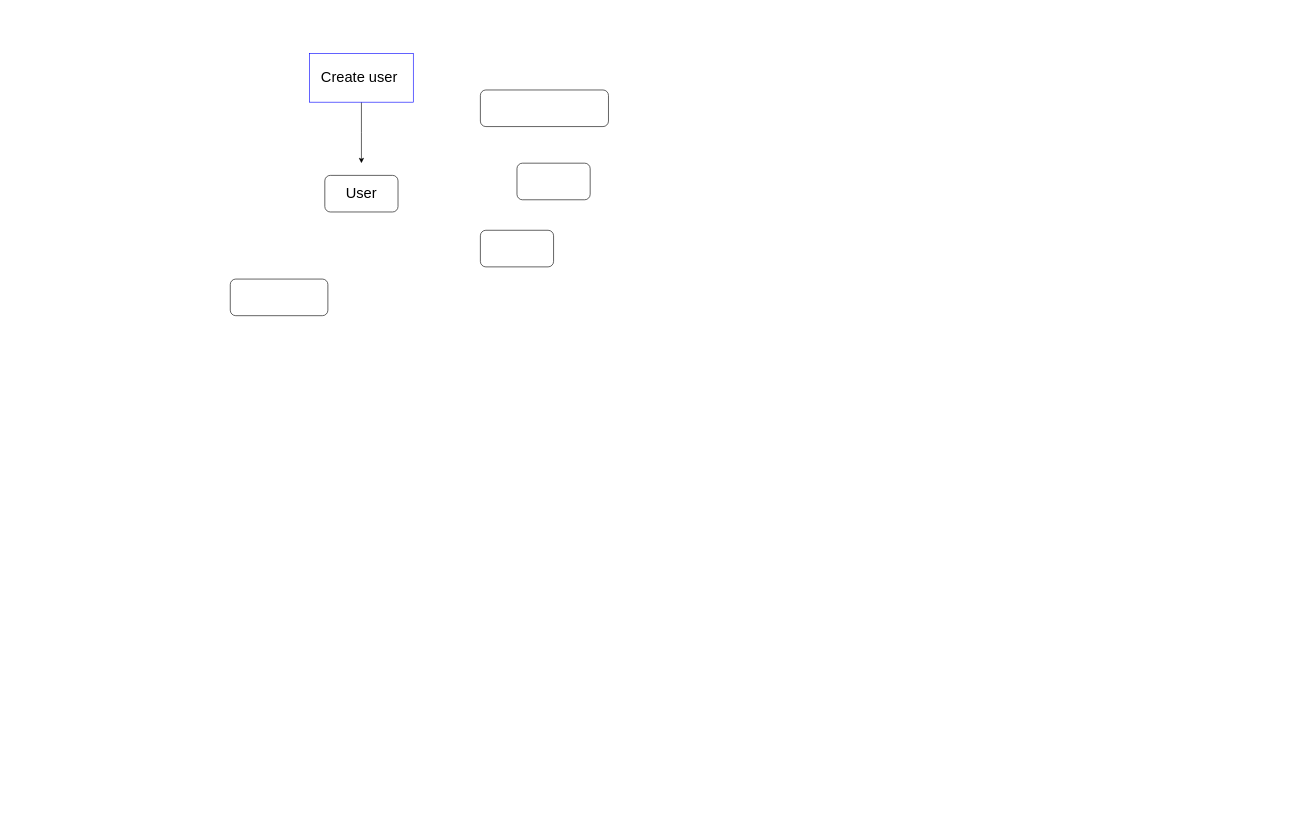
Above: Untitled Diagram.drawio in tech-in-tech/VotingAppBackend_NodeJS (draw.io), before the change. Source tidied: cells renumbered, new cells numbered last; positions are measured from the earlier drawing's top-left corner, leaving out a move shared by most shapes. Both pictures are drawn from the tidied source at 61%, with x=0, y=0 at pixel (230, 53).
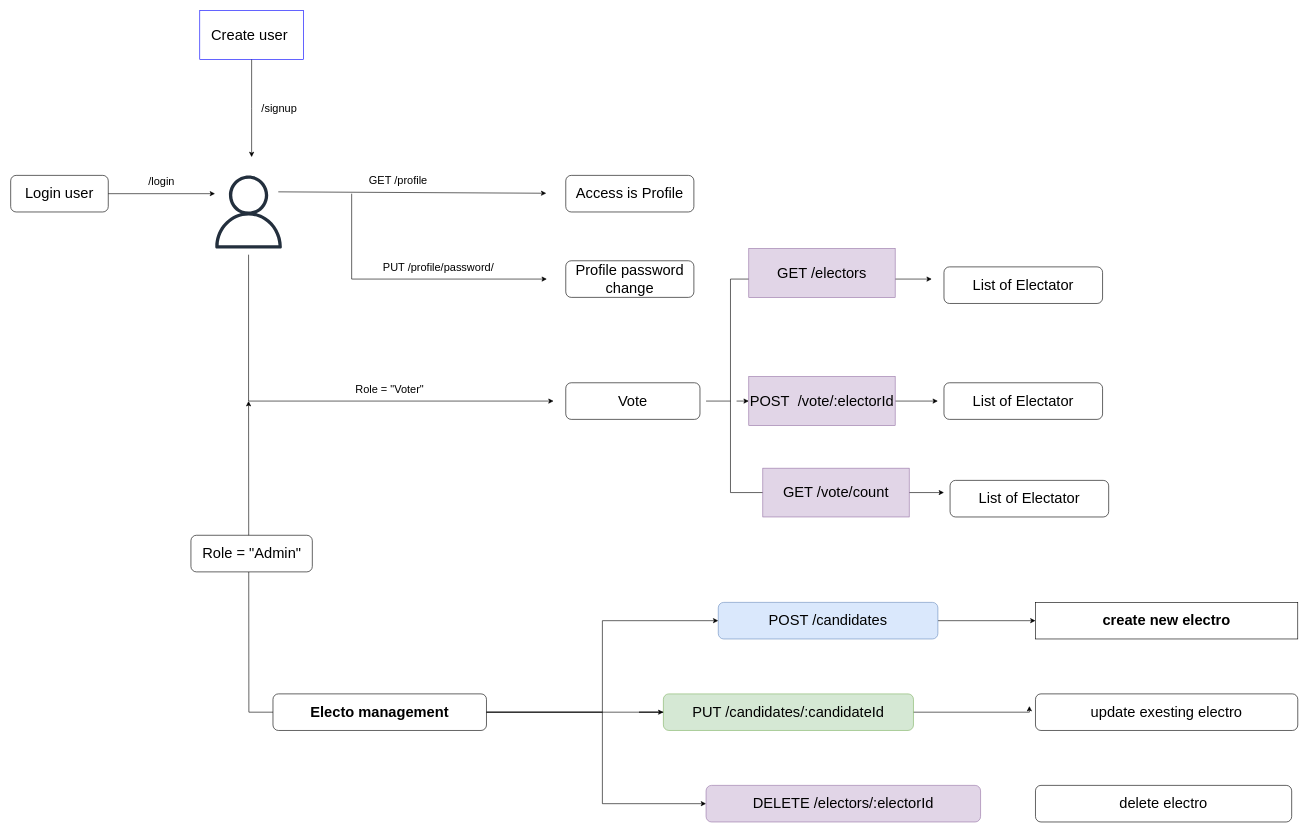
The same diagram, later.

What changed in the source:
```diff
@@
-<mxGraphModel>
+<mxGraphModel background="#ffffff">
@@
-    <mxCell id="2" style="edgeStyle=orthogonalEdgeStyle;rounded=0;jettySize=auto;html=1;" parent="1" edge="1" source="3">
-      <mxGeometry relative="1" as="geometry">
-        <mxPoint x="215" y="180" as="targetPoint" />
-      </mxGeometry>
-    </mxCell>
     <mxCell id="3" value="&lt;font style=&quot;font-size: 24px;&quot;&gt;Create user&amp;nbsp;&lt;/font&gt;" style="rounded=0;whiteSpace=wrap;html=1;strokeColor=#0000FF;" parent="1" vertex="1">
-      <mxGeometry x="130" width="170" height="80" as="geometry" />
+      <mxGeometry x="-50" y="-70" width="170" height="80" as="geometry" />
     </mxCell>
-    <mxCell id="4" value="&lt;font style=&quot;font-size: 24px;&quot;&gt;User&lt;/font&gt;" style="rounded=1;whiteSpace=wrap;html=1;" parent="1" vertex="1">
-      <mxGeometry x="155" y="200" width="120" height="60" as="geometry" />
-    </mxCell>
-    <mxCell id="5" style="rounded=1;whiteSpace=wrap;html=1;" parent="1" vertex="1">
-      <mxGeometry y="370" width="160" height="60" as="geometry" />
+    <mxCell id="5" value="&lt;font style=&quot;font-size: 24px;&quot;&gt;Login user&lt;/font&gt;" style="rounded=1;whiteSpace=wrap;html=1;" parent="1" vertex="1">
+      <mxGeometry x="-360" y="200" width="160" height="60" as="geometry" />
     </mxCell>
-    <mxCell id="6" style="rounded=1;whiteSpace=wrap;html=1;" parent="1" vertex="1">
-      <mxGeometry x="470" y="180" width="120" height="60" as="geometry" />
+    <mxCell id="6" value="&lt;font style=&quot;font-size: 24px;&quot;&gt;Access is Profile&lt;/font&gt;" style="rounded=1;whiteSpace=wrap;html=1;" parent="1" vertex="1">
+      <mxGeometry x="550" y="200" width="210" height="60" as="geometry" />
     </mxCell>
-    <mxCell id="7" style="rounded=1;whiteSpace=wrap;html=1;" parent="1" vertex="1">
-      <mxGeometry x="410" y="290" width="120" height="60" as="geometry" />
+    <mxCell id="7" value="&lt;span style=&quot;font-size: 24px;&quot;&gt;Profile password change&lt;/span&gt;" style="rounded=1;whiteSpace=wrap;html=1;" parent="1" vertex="1">
+      <mxGeometry x="550" y="340" width="210" height="60" as="geometry" />
     </mxCell>
-    <mxCell id="8" style="rounded=1;whiteSpace=wrap;html=1;" parent="1" vertex="1">
-      <mxGeometry x="410" y="60" width="210" height="60" as="geometry" />
-    </mxCell>
+    <mxCell id="9" style="endArrow=classic;html=1;rounded=0;exitX=0.965;exitY=0.225;exitDx=0;exitDy=0;exitPerimeter=0;" parent="1" edge="1">
+      <mxGeometry relative="1" as="geometry">
+        <mxPoint x="78.7" y="227" as="sourcePoint" />
+        <mxPoint x="518" y="229.3" as="targetPoint" />
+      </mxGeometry>
+    </mxCell>
+    <mxCell id="10" value="&lt;font style=&quot;font-size: 18px;&quot;&gt;GET /profile&lt;/font&gt;" style="edgeLabel;html=1;align=center;verticalAlign=middle;" parent="9" vertex="1">
+      <mxGeometry x="-0.01" y="2" relative="1" as="geometry">
+        <mxPoint x="-21" y="-18" as="offset" />
+      </mxGeometry>
+    </mxCell>
+    <mxCell id="11" style="endArrow=classic;html=1;rounded=0;" parent="1" edge="1">
+      <mxGeometry relative="1" as="geometry">
+        <mxPoint x="199" y="230" as="sourcePoint" />
+        <mxPoint x="519" y="370" as="targetPoint" />
+        <Array as="points">
+          <mxPoint x="199" y="370" />
+        </Array>
+      </mxGeometry>
+    </mxCell>
+    <mxCell id="12" value="&lt;font style=&quot;font-size: 18px;&quot;&gt;PUT /profile/password/&lt;/font&gt;" style="edgeLabel;html=1;align=center;verticalAlign=middle;" parent="11" vertex="1">
+      <mxGeometry relative="1" as="geometry">
+        <mxPoint x="51" y="-20" as="offset" />
+      </mxGeometry>
+    </mxCell>
+    <mxCell id="13" style="endArrow=classic;html=1;rounded=0;exitX=1;exitY=0.5;exitDx=0;exitDy=0;entryX=0;entryY=0.5;entryDx=0;entryDy=0;" parent="1" edge="1" source="5">
+      <mxGeometry relative="1" as="geometry">
+        <mxPoint x="-25" y="230" as="targetPoint" />
+      </mxGeometry>
+    </mxCell>
+    <mxCell id="14" value="&lt;font style=&quot;font-size: 18px;&quot;&gt;/&lt;font style=&quot;&quot;&gt;login&lt;/font&gt;&lt;/font&gt;" style="edgeLabel;html=1;align=center;verticalAlign=middle;" parent="13" vertex="1">
+      <mxGeometry x="-0.02" y="3" relative="1" as="geometry">
+        <mxPoint y="-17" as="offset" />
+      </mxGeometry>
+    </mxCell>
+    <mxCell id="15" style="sketch=0;fontColor=#232F3E;gradientColor=none;fillColor=#232F3D;strokeColor=none;dashed=0;verticalLabelPosition=bottom;verticalAlign=top;align=center;html=1;fontSize=12;fontStyle=0;shape=mxgraph.aws4.user;" parent="1" vertex="1">
+      <mxGeometry x="-30" y="200" width="120" height="120" as="geometry" />
+    </mxCell>
+    <mxCell id="16" value="&lt;font style=&quot;font-size: 24px;&quot;&gt;Vote&lt;/font&gt;" style="rounded=1;whiteSpace=wrap;html=1;" parent="1" vertex="1">
+      <mxGeometry x="550" y="540" width="220" height="60" as="geometry" />
+    </mxCell>
+    <mxCell id="17" value="&lt;font style=&quot;font-size: 24px;&quot;&gt;List of Electator&lt;/font&gt;" style="rounded=1;whiteSpace=wrap;html=1;" parent="1" vertex="1">
+      <mxGeometry x="1170" y="350" width="260" height="60" as="geometry" />
+    </mxCell>
+    <mxCell id="18" value="&lt;font style=&quot;font-size: 24px;&quot;&gt;List of Electator&lt;/font&gt;" style="rounded=1;whiteSpace=wrap;html=1;" parent="1" vertex="1">
+      <mxGeometry x="1170" y="540" width="260" height="60" as="geometry" />
+    </mxCell>
+    <mxCell id="19" style="endArrow=classic;html=1;rounded=0;" parent="1" edge="1">
+      <mxGeometry relative="1" as="geometry">
+        <mxPoint x="30" y="330" as="sourcePoint" />
+        <mxPoint x="530" y="570" as="targetPoint" />
+        <Array as="points">
+          <mxPoint x="30" y="570" />
+        </Array>
+      </mxGeometry>
+    </mxCell>
+    <mxCell id="20" value="&lt;font style=&quot;font-size: 18px;&quot;&gt;Role = &quot;Voter&quot;&lt;/font&gt;" style="edgeLabel;html=1;align=center;verticalAlign=middle;" parent="19" vertex="1">
+      <mxGeometry relative="1" as="geometry">
+        <mxPoint x="100" y="-20" as="offset" />
+      </mxGeometry>
+    </mxCell>
+    <mxCell id="21" value="&lt;font style=&quot;font-size: 18px;&quot;&gt;/&lt;font style=&quot;&quot;&gt;signup&lt;/font&gt;&lt;/font&gt;" style="endArrow=classic;html=1;rounded=0;exitX=0.5;exitY=1;exitDx=0;exitDy=0;" parent="1" edge="1" source="3">
+      <mxGeometry y="45" relative="1" as="geometry">
+        <mxPoint x="35" y="170" as="targetPoint" />
+        <Array as="points">
+          <mxPoint x="35" y="90" />
+        </Array>
+      </mxGeometry>
+    </mxCell>
+    <mxCell id="22" value="&lt;font style=&quot;font-size: 24px;&quot;&gt;List of Electator&lt;/font&gt;" style="rounded=1;whiteSpace=wrap;html=1;" parent="1" vertex="1">
+      <mxGeometry x="1180" y="700" width="260" height="60" as="geometry" />
+    </mxCell>
+    <mxCell id="23" style="endArrow=classic;startArrow=classic;html=1;rounded=0;" parent="1" edge="1">
+      <mxGeometry relative="1" as="geometry">
+        <mxPoint x="1170" y="720" as="sourcePoint" />
+        <mxPoint x="1150" y="370" as="targetPoint" />
+        <Array as="points">
+          <mxPoint x="820" y="720" />
+          <mxPoint x="820" y="370" />
+        </Array>
+      </mxGeometry>
+    </mxCell>
+    <mxCell id="24" style="endArrow=classic;html=1;rounded=0;" parent="1" edge="1" source="28">
+      <mxGeometry relative="1" as="geometry">
+        <mxPoint x="1160" y="570" as="targetPoint" />
+      </mxGeometry>
+    </mxCell>
+    <mxCell id="25" style="endArrow=none;html=1;rounded=0;" parent="1" edge="1">
+      <mxGeometry relative="1" as="geometry">
+        <mxPoint x="780" y="570" as="sourcePoint" />
+        <mxPoint x="820" y="570" as="targetPoint" />
+      </mxGeometry>
+    </mxCell>
+    <mxCell id="26" value="&lt;font style=&quot;font-size: 24px;&quot;&gt;GET /electors&lt;/font&gt;" style="whiteSpace=wrap;html=1;fillColor=#e1d5e7;strokeColor=#9673a6;" parent="1" vertex="1">
+      <mxGeometry x="850" y="320" width="240" height="80" as="geometry" />
+    </mxCell>
+    <mxCell id="27" style="endArrow=classic;html=1;rounded=0;" parent="1" edge="1" target="28">
+      <mxGeometry relative="1" as="geometry">
+        <mxPoint x="830" y="570" as="sourcePoint" />
+      </mxGeometry>
+    </mxCell>
+    <mxCell id="28" value="&lt;font style=&quot;font-size: 24px;&quot;&gt;POST&amp;nbsp; /vote/:electorId&lt;/font&gt;" style="whiteSpace=wrap;html=1;fillColor=#e1d5e7;strokeColor=#9673a6;" parent="1" vertex="1">
+      <mxGeometry x="850" y="530" width="240" height="80" as="geometry" />
+    </mxCell>
+    <mxCell id="29" value="&lt;font style=&quot;font-size: 24px;&quot;&gt;GET /vote/count&lt;/font&gt;" style="whiteSpace=wrap;html=1;fillColor=#e1d5e7;strokeColor=#9673a6;" parent="1" vertex="1">
+      <mxGeometry x="873" y="680" width="240" height="80" as="geometry" />
+    </mxCell>
+    <mxCell id="30" style="edgeStyle=orthogonalEdgeStyle;rounded=0;jettySize=auto;html=1;" parent="1" edge="1" source="33">
+      <mxGeometry relative="1" as="geometry">
+        <mxPoint x="30" y="570" as="targetPoint" />
+      </mxGeometry>
+    </mxCell>
+    <mxCell id="31" style="edgeStyle=orthogonalEdgeStyle;rounded=0;jettySize=auto;html=1;entryX=0;entryY=0.5;entryDx=0;entryDy=0;" parent="1" edge="1" source="42" target="36">
+      <mxGeometry relative="1" as="geometry" />
+    </mxCell>
+    <mxCell id="32" style="edgeStyle=orthogonalEdgeStyle;rounded=0;jettySize=auto;html=1;" parent="1" edge="1" source="40">
+      <mxGeometry relative="1" as="geometry">
+        <mxPoint x="1310" y="1070" as="targetPoint" />
+        <Array as="points">
+          <mxPoint x="670" y="1080" />
+          <mxPoint x="670" y="1080" />
+        </Array>
+      </mxGeometry>
+    </mxCell>
+    <mxCell id="33" value="&lt;h1&gt;Electo management&lt;/h1&gt;" style="rounded=1;whiteSpace=wrap;html=1;" parent="1" vertex="1">
+      <mxGeometry x="70" y="1050" width="350" height="60" as="geometry" />
+    </mxCell>
+    <mxCell id="34" value="&lt;font style=&quot;font-size: 24px;&quot;&gt;delete electro&lt;/font&gt;" style="rounded=1;whiteSpace=wrap;html=1;" parent="1" vertex="1">
+      <mxGeometry x="1320" y="1200" width="420" height="60" as="geometry" />
+    </mxCell>
+    <mxCell id="35" value="&lt;font style=&quot;font-size: 24px;&quot;&gt;update exesting electro&lt;/font&gt;" style="rounded=1;whiteSpace=wrap;html=1;" parent="1" vertex="1">
+      <mxGeometry x="1320" y="1050" width="430" height="60" as="geometry" />
+    </mxCell>
+    <mxCell id="36" value="&lt;h1&gt;&lt;font style=&quot;font-size: 24px;&quot;&gt;create new electro&lt;/font&gt;&lt;/h1&gt;" style="rounded=1;whiteSpace=wrap;html=1;arcSize=0;" parent="1" vertex="1">
+      <mxGeometry x="1320" y="900" width="430" height="60" as="geometry" />
+    </mxCell>
+    <mxCell id="37" value="&lt;font style=&quot;font-size: 24px;&quot;&gt;Role = &quot;Admin&quot;&lt;/font&gt;" style="rounded=1;whiteSpace=wrap;html=1;" parent="1" vertex="1">
+      <mxGeometry x="-64.5" y="790" width="199" height="60" as="geometry" />
+    </mxCell>
+    <mxCell id="38" style="edgeStyle=orthogonalEdgeStyle;rounded=0;orthogonalLoop=1;jettySize=auto;html=1;exitX=0.5;exitY=1;exitDx=0;exitDy=0;" parent="1" edge="1" source="33" target="33">
+      <mxGeometry relative="1" as="geometry" />
+    </mxCell>
+    <mxCell id="39" style="edgeStyle=orthogonalEdgeStyle;rounded=0;jettySize=auto;html=1;" parent="1" edge="1" source="33" target="40">
+      <mxGeometry relative="1" as="geometry" />
+    </mxCell>
+    <mxCell id="40" value="&lt;font style=&quot;font-size: 24px;&quot;&gt;PUT /candidates/:candidateId&lt;/font&gt;" style="rounded=1;whiteSpace=wrap;html=1;fillColor=#d5e8d4;strokeColor=#82b366;" parent="1" vertex="1">
+      <mxGeometry x="710" y="1050" width="410" height="60" as="geometry" />
+    </mxCell>
+    <mxCell id="41" style="edgeStyle=orthogonalEdgeStyle;rounded=0;jettySize=auto;html=1;entryX=0;entryY=0.5;entryDx=0;entryDy=0;" parent="1" edge="1" source="33" target="42">
+      <mxGeometry relative="1" as="geometry" />
+    </mxCell>
+    <mxCell id="42" value="&lt;font style=&quot;font-size: 24px;&quot;&gt;POST /candidates&lt;/font&gt;" style="rounded=1;whiteSpace=wrap;html=1;fillColor=#dae8fc;strokeColor=#6c8ebf;" parent="1" vertex="1">
+      <mxGeometry x="800" y="900" width="360" height="60" as="geometry" />
+    </mxCell>
+    <mxCell id="43" style="edgeStyle=orthogonalEdgeStyle;rounded=0;jettySize=auto;html=1;entryX=0;entryY=0.5;entryDx=0;entryDy=0;" parent="1" edge="1" source="33" target="44">
+      <mxGeometry relative="1" as="geometry">
+        <Array as="points">
+          <mxPoint x="610" y="1080" />
+          <mxPoint x="610" y="1230" />
+        </Array>
+      </mxGeometry>
+    </mxCell>
+    <mxCell id="44" value="&lt;font style=&quot;font-size: 24px;&quot;&gt;DELETE /electors/:electorId&lt;/font&gt;" style="rounded=1;whiteSpace=wrap;html=1;fillColor=#e1d5e7;strokeColor=#9673a6;" parent="1" vertex="1">
+      <mxGeometry x="780" y="1200" width="450" height="60" as="geometry" />
+    </mxCell>
```
